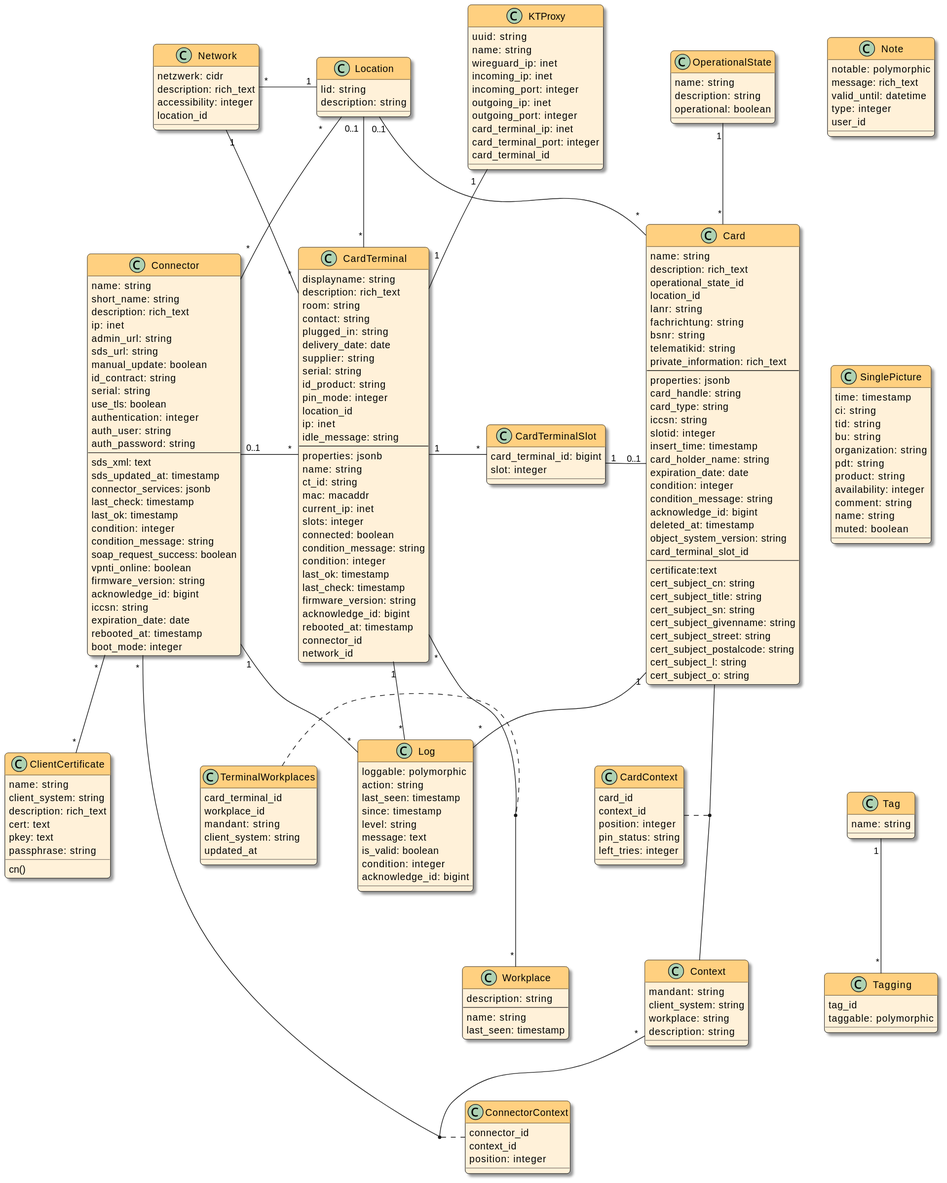
This is docsrc/devnotes/modules/ROOT/images/models.svg from swobspace/cocard, a PlantUML export, as it was before one commit.
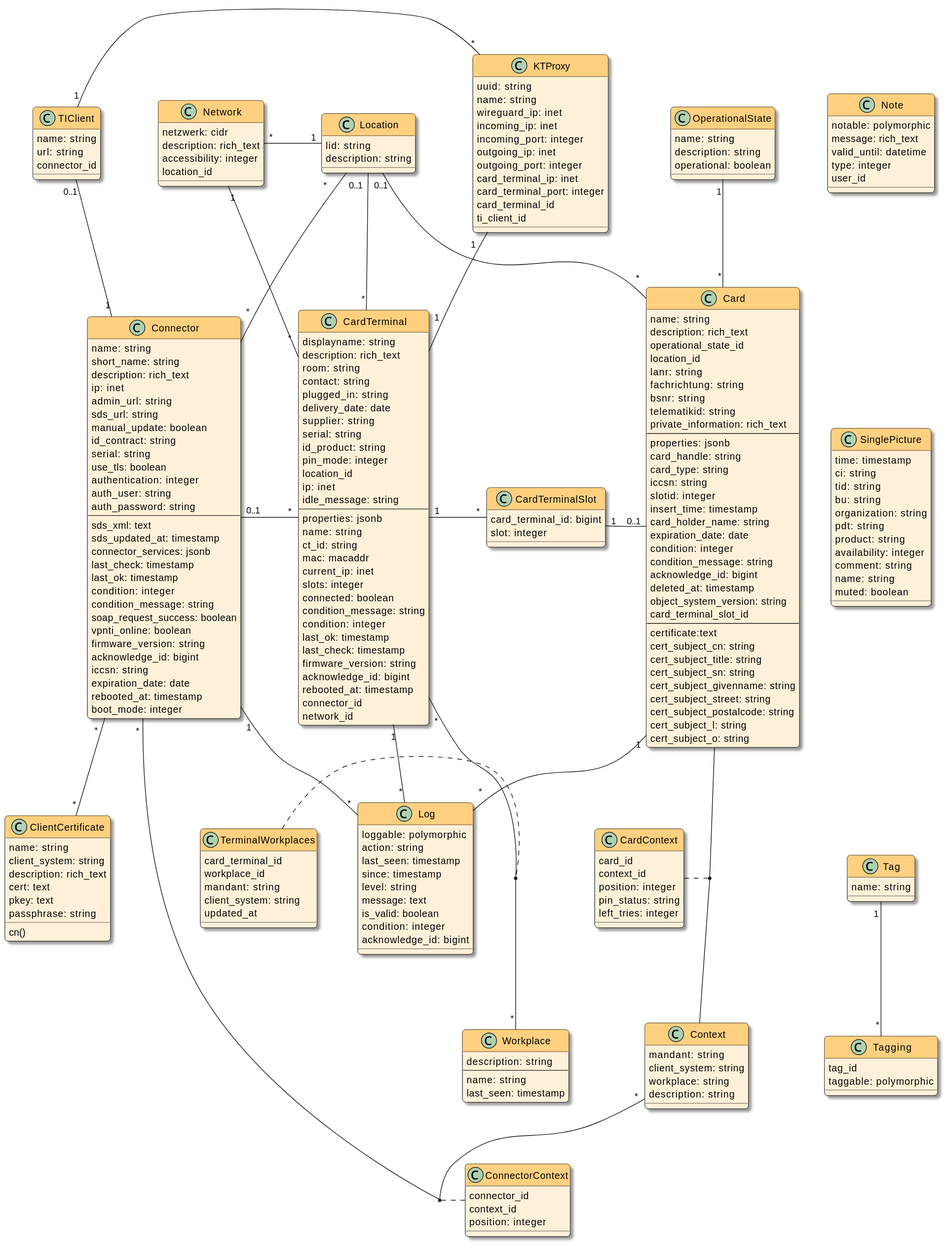
Later version of the same file.

The edit, as a diff of the source:
```diff
@@ -212,6 +212,13 @@
   card_terminal_ip: inet
   card_terminal_port: integer
   card_terminal_id
+  ti_client_id
+}
+
+Class TIClient {
+  name: string
+  url: string
+  connector_id
 }
 
 Network "*" - "1" Location
@@ -229,6 +236,9 @@
 TerminalWorkplaces . (CardTerminal, Workplace)
 Location "0..1" -- "*" Card
 OperationalState "1" -- "*" Card
+
+TIClient "0..1" -- "1" Connector
+TIClient "1" - "*" KTProxy
 
 Connector "1" -- "*" Log
 CardTerminal "1" -- "*" Log
```
